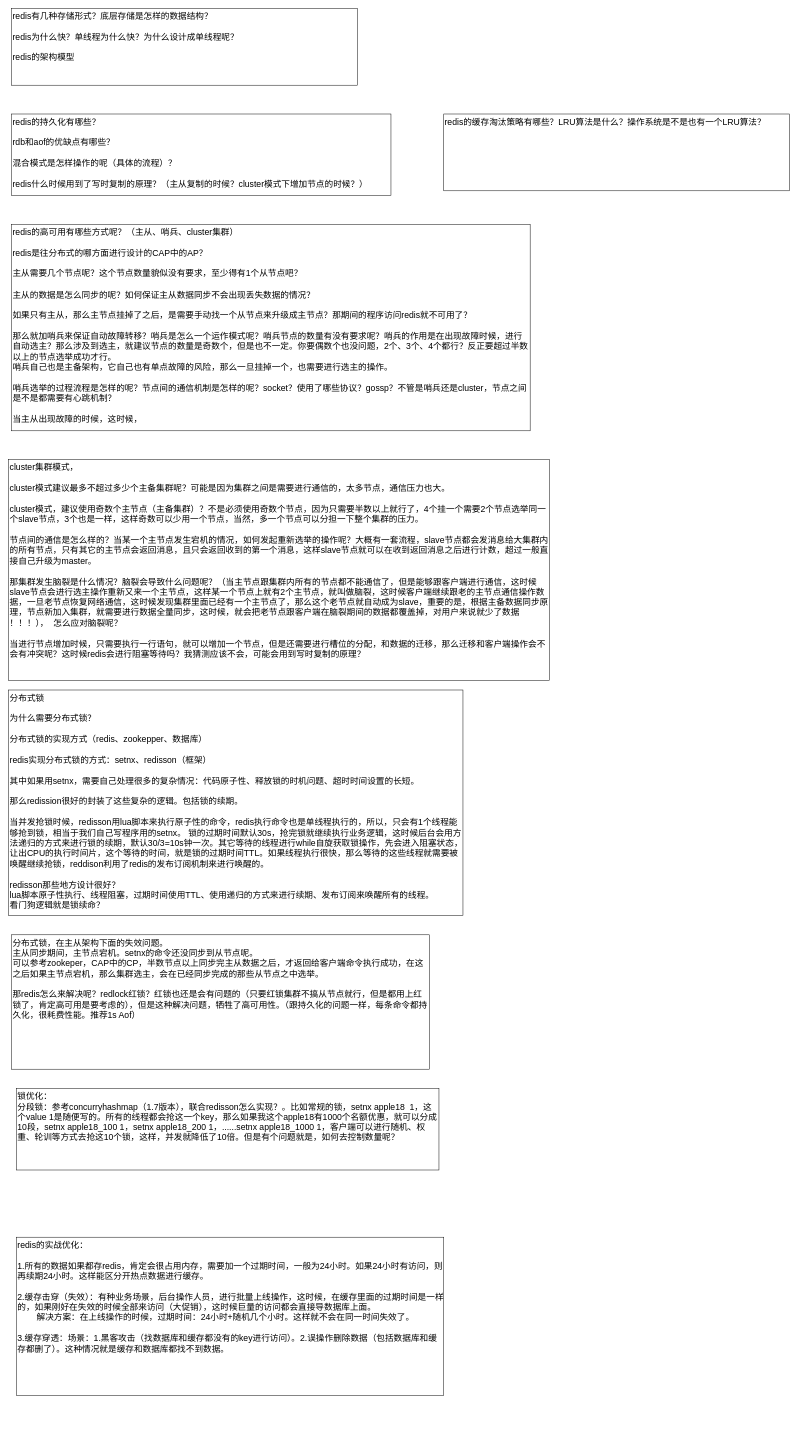
Earlier version of the draw.io diagram JAVA/Redis.drawio (KGwolf/MyDraw). Source tidied: cells renumbered, new cells numbered last; positions are measured from the earlier drawing's top-left corner, leaving out a move shared by most shapes. Both pictures are drawn from the tidied source at 48%, with x=0, y=0 at pixel (9, 8).
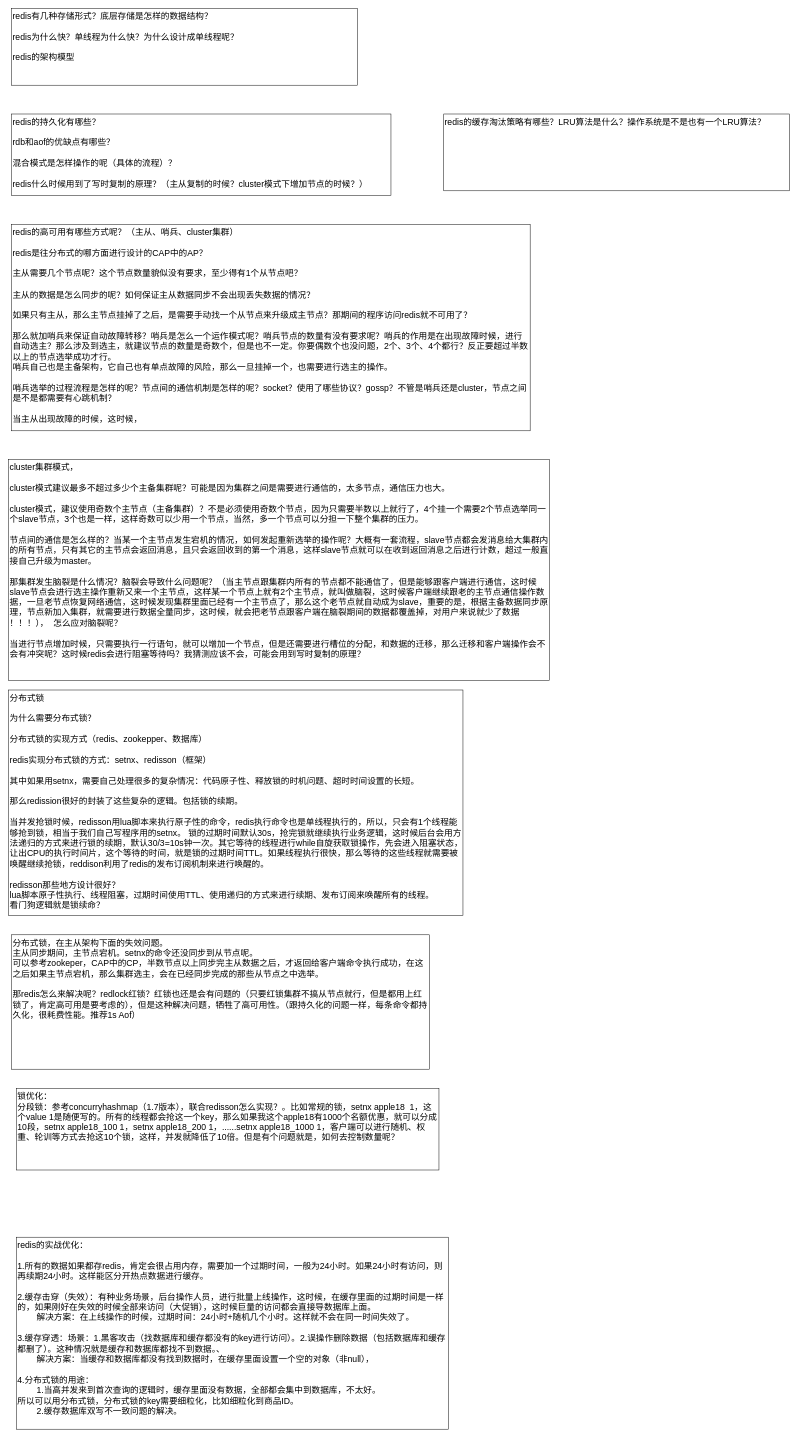
The same page after the edit.

Diff of the diagram source:
```diff
@@
 <mxGraphModel>
   <root>
     <mxCell id="0" />
     <mxCell id="1" parent="0" />
     <mxCell id="2" value="redis有几种存储形式？底层存储是怎样的数据结构？&lt;br&gt;&lt;br&gt;redis为什么快？单线程为什么快？为什么设计成单线程呢？&lt;br&gt;&lt;br&gt;redis的架构模型" style="rounded=0;whiteSpace=wrap;html=1;fontSize=18;align=left;verticalAlign=top;" parent="1" vertex="1">
       <mxGeometry x="6" width="720" height="160" as="geometry" />
     </mxCell>
     <mxCell id="3" value="redis的持久化有哪些？&lt;br&gt;&lt;br&gt;rdb和aof的优缺点有哪些？&lt;br&gt;&lt;br&gt;混合模式是怎样操作的呢（具体的流程）？&lt;br&gt;&lt;br&gt;redis什么时候用到了写时复制的原理？（主从复制的时候？cluster模式下增加节点的时候？）" style="rounded=0;whiteSpace=wrap;html=1;fontSize=18;align=left;verticalAlign=top;" parent="1" vertex="1">
       <mxGeometry x="6" y="220" width="790" height="170" as="geometry" />
     </mxCell>
     <mxCell id="4" value="redis的高可用有哪些方式呢？（主从、哨兵、cluster集群）&lt;br&gt;&lt;br&gt;redis是往分布式的哪方面进行设计的CAP中的AP？&lt;br&gt;&lt;br&gt;主从需要几个节点呢？这个节点数量貌似没有要求，至少得有1个从节点吧？&lt;br&gt;&lt;br&gt;主从的数据是怎么同步的呢？如何保证主从数据同步不会出现丢失数据的情况？&lt;br&gt;&lt;br&gt;如果只有主从，那么主节点挂掉了之后，是需要手动找一个从节点来升级成主节点？那期间的程序访问redis就不可用了？&lt;br&gt;&lt;br&gt;那么就加哨兵来保证自动故障转移？哨兵是怎么一个运作模式呢？哨兵节点的数量有没有要求呢？哨兵的作用是在出现故障时候，进行自动选主？那么涉及到选主，就建议节点的数量是奇数个，但是也不一定。你要偶数个也没问题，2个、3个、4个都行？反正要超过半数以上的节点选举成功才行。&lt;br&gt;哨兵自己也是主备架构，它自己也有单点故障的风险，那么一旦挂掉一个，也需要进行选主的操作。&lt;br&gt;&lt;br&gt;哨兵选举的过程流程是怎样的呢？节点间的通信机制是怎样的呢？socket？使用了哪些协议？gossp？不管是哨兵还是cluster，节点之间是不是都需要有心跳机制？&lt;br&gt;&lt;br&gt;当主从出现故障的时候，这时候，" style="rounded=0;whiteSpace=wrap;html=1;fontSize=18;align=left;verticalAlign=top;" parent="1" vertex="1">
       <mxGeometry x="6" y="450" width="1080" height="430" as="geometry" />
     </mxCell>
     <mxCell id="5" value="redis的缓存淘汰策略有哪些？LRU算法是什么？操作系统是不是也有一个LRU算法？" style="rounded=0;whiteSpace=wrap;html=1;fontSize=18;align=left;verticalAlign=top;" parent="1" vertex="1">
       <mxGeometry x="906" y="220" width="720" height="160" as="geometry" />
     </mxCell>
     <mxCell id="6" value="cluster集群模式，&lt;br&gt;&lt;br&gt;cluster模式建议最多不超过多少个主备集群呢？可能是因为集群之间是需要进行通信的，太多节点，通信压力也大。&lt;br&gt;&lt;br&gt;cluster模式，建议使用奇数个主节点（主备集群）？不是必须使用奇数个节点，因为只需要半数以上就行了，4个挂一个需要2个节点选举同一个slave节点，3个也是一样，这样奇数可以少用一个节点，当然，多一个节点可以分担一下整个集群的压力。&lt;br&gt;&lt;br&gt;节点间的通信是怎么样的？当某一个主节点发生宕机的情况，如何发起重新选举的操作呢？大概有一套流程，slave节点都会发消息给大集群内的所有节点，只有其它的主节点会返回消息，且只会返回收到的第一个消息，这样slave节点就可以在收到返回消息之后进行计数，超过一般直接自己升级为master。&lt;br&gt;&lt;br&gt;那集群发生脑裂是什么情况？脑裂会导致什么问题呢？（当主节点跟集群内所有的节点都不能通信了，但是能够跟客户端进行通信，这时候slave节点会进行选主操作重新又来一个主节点，这样某一个节点上就有2个主节点，就叫做脑裂，这时候客户端继续跟老的主节点通信操作数据，一旦老节点恢复网络通信，这时候发现集群里面已经有一个主节点了，那么这个老节点就自动成为slave，重要的是，根据主备数据同步原理，节点新加入集群，就需要进行数据全量同步，这时候，就会把老节点跟客户端在脑裂期间的数据都覆盖掉，对用户来说就少了数据&lt;br&gt;！！！），&amp;nbsp; 怎么应对脑裂呢？&lt;br&gt;&lt;br&gt;当进行节点增加时候，只需要执行一行语句，就可以增加一个节点，但是还需要进行槽位的分配，和数据的迁移，那么迁移和客户端操作会不会有冲突呢？这时候redis会进行阻塞等待吗？我猜测应该不会，可能会用到写时复制的原理？" style="rounded=0;whiteSpace=wrap;html=1;fontSize=18;align=left;verticalAlign=top;" parent="1" vertex="1">
       <mxGeometry x="-0.5" y="940" width="1126.5" height="460" as="geometry" />
     </mxCell>
     <mxCell id="7" value="分布式锁&lt;br&gt;&lt;br&gt;为什么需要分布式锁？&lt;br&gt;&lt;br&gt;分布式锁的实现方式（redis、zookepper、数据库）&lt;br&gt;&lt;br&gt;redis实现分布式锁的方式：setnx、redisson（框架）&lt;br&gt;&lt;br&gt;其中如果用setnx，需要自己处理很多的复杂情况：代码原子性、释放锁的时机问题、超时时间设置的长短。&lt;br&gt;&lt;br&gt;那么redission很好的封装了这些复杂的逻辑。包括锁的续期。&lt;br&gt;&lt;br&gt;当并发抢锁时候，redisson用lua脚本来执行原子性的命令，redis执行命令也是单线程执行的，所以，只会有1个线程能够抢到锁，相当于我们自己写程序用的setnx。 锁的过期时间默认30s，抢完锁就继续执行业务逻辑，这时候后台会用方法递归的方式来进行锁的续期，默认30/3=10s钟一次。其它等待的线程进行while自旋获取锁操作，先会进入阻塞状态，让出CPU的执行时间片，这个等待的时间，就是锁的过期时间TTL。如果线程执行很快，那么等待的这些线程就需要被唤醒继续抢锁，reddison利用了redis的发布订阅机制来进行唤醒的。&lt;br&gt;&lt;br&gt;redisson那些地方设计很好？&lt;br&gt;lua脚本原子性执行、线程阻塞，过期时间使用TTL、使用递归的方式来进行续期、发布订阅来唤醒所有的线程。&lt;br&gt;看门狗逻辑就是锁续命？" style="rounded=0;whiteSpace=wrap;html=1;fontSize=18;align=left;verticalAlign=top;" parent="1" vertex="1">
       <mxGeometry x="-0.5" y="1420" width="946.5" height="470" as="geometry" />
     </mxCell>
     <mxCell id="8" value="分布式锁，在主从架构下面的失效问题。&lt;br&gt;主从同步期间，主节点宕机。setnx的命令还没同步到从节点呢。&lt;br&gt;可以参考zookeper，CAP中的CP，半数节点以上同步完主从数据之后，才返回给客户端命令执行成功，在这之后如果主节点宕机，那么集群选主，会在已经同步完成的那些从节点之中选举。&lt;br&gt;&lt;br&gt;那redis怎么来解决呢？redlock红锁？红锁也还是会有问题的（只要红锁集群不搞从节点就行，但是都用上红锁了，肯定高可用是要考虑的），但是这种解决问题，牺牲了高可用性。（跟持久化的问题一样，每条命令都持久化，很耗费性能。推荐1s Aof）" style="rounded=0;whiteSpace=wrap;html=1;fontSize=18;align=left;verticalAlign=top;" parent="1" vertex="1">
       <mxGeometry x="6" y="1930" width="870" height="280" as="geometry" />
     </mxCell>
     <mxCell id="9" value="锁优化：&lt;br&gt;分段锁：参考concurryhashmap（1.7版本），联合redisson怎么实现？。比如常规的锁，setnx apple18&amp;nbsp; 1，这个value 1是随便写的。所有的线程都会抢这一个key，那么如果我这个apple18有1000个名额优惠，就可以分成10段，setnx apple18_100 1，setnx apple18_200 1，......setnx apple18_1000 1，客户端可以进行随机、权重、轮训等方式去抢这10个锁，这样，并发就降低了10倍。但是有个问题就是，如何去控制数量呢？" style="rounded=0;whiteSpace=wrap;html=1;fontSize=18;align=left;verticalAlign=top;" parent="1" vertex="1">
       <mxGeometry x="16" y="2250" width="880" height="170" as="geometry" />
     </mxCell>
-    <mxCell id="10" value="redis的实战优化：&lt;br&gt;&lt;br&gt;1.所有的数据如果都存redis，肯定会很占用内存，需要加一个过期时间，一般为24小时。如果24小时有访问，则再续期24小时。这样能区分开热点数据进行缓存。&lt;br&gt;&lt;br&gt;2.缓存击穿（失效）：有种业务场景，后台操作人员，进行批量上线操作，这时候，在缓存里面的过期时间是一样的，如果刚好在失效的时候全部来访问（大促销），这时候巨量的访问都会直接导数据库上面。&lt;br&gt;&lt;span style=&quot;white-space: pre;&quot;&gt;&#9;&lt;/span&gt;解决方案：在上线操作的时候，过期时间：24小时+随机几个小时。这样就不会在同一时间失效了。&lt;br&gt;&lt;br&gt;3.缓存穿透：场景：1.黑客攻击（找数据库和缓存都没有的key进行访问）。2.误操作删除数据（包括数据库和缓存都删了）。这种情况就是缓存和数据库都找不到数据。" style="rounded=0;whiteSpace=wrap;html=1;fontSize=18;align=left;verticalAlign=top;" parent="1" vertex="1">
-      <mxGeometry x="16" y="2560" width="890" height="330" as="geometry" />
+    <mxCell id="10" value="redis的实战优化：&lt;br&gt;&lt;br&gt;1.所有的数据如果都存redis，肯定会很占用内存，需要加一个过期时间，一般为24小时。如果24小时有访问，则再续期24小时。这样能区分开热点数据进行缓存。&lt;br&gt;&lt;br&gt;2.缓存击穿（失效）：有种业务场景，后台操作人员，进行批量上线操作，这时候，在缓存里面的过期时间是一样的，如果刚好在失效的时候全部来访问（大促销），这时候巨量的访问都会直接导数据库上面。&lt;br&gt;&lt;span style=&quot;white-space: pre;&quot;&gt;&#9;&lt;/span&gt;解决方案：在上线操作的时候，过期时间：24小时+随机几个小时。这样就不会在同一时间失效了。&lt;br&gt;&lt;br&gt;3.缓存穿透：场景：1.黑客攻击（找数据库和缓存都没有的key进行访问）。2.误操作删除数据（包括数据库和缓存都删了）。这种情况就是缓存和数据库都找不到数据。、&lt;br&gt;&lt;span style=&quot;white-space: pre;&quot;&gt;&#9;&lt;/span&gt;解决方案：当缓存和数据库都没有找到数据时，在缓存里面设置一个空的对象（非null），&lt;br&gt;&lt;br&gt;4.分布式锁的用途：&lt;br&gt;&lt;span style=&quot;white-space: pre;&quot;&gt;&#9;&lt;/span&gt;1.当高并发来到首次查询的逻辑时，缓存里面没有数据，全部都会集中到数据库，不太好。&lt;br&gt;所以可以用分布式锁，分布式锁的key需要细粒化，比如细粒化到商品ID。&lt;br&gt;&lt;span style=&quot;white-space: pre;&quot;&gt;&#9;&lt;/span&gt;2.缓存数据库双写不一致问题的解决。" style="rounded=0;whiteSpace=wrap;html=1;fontSize=18;align=left;verticalAlign=top;" parent="1" vertex="1">
+      <mxGeometry x="16" y="2560" width="900" height="400" as="geometry" />
     </mxCell>
   </root>
 </mxGraphModel>
```
